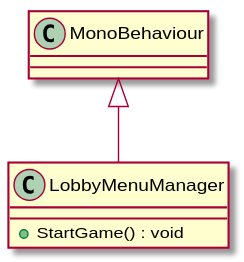
The PlantUML diagram UML/Menus/LobbyMenuManager.svg in David-Denny/COMP3013-Team7, before a commit.
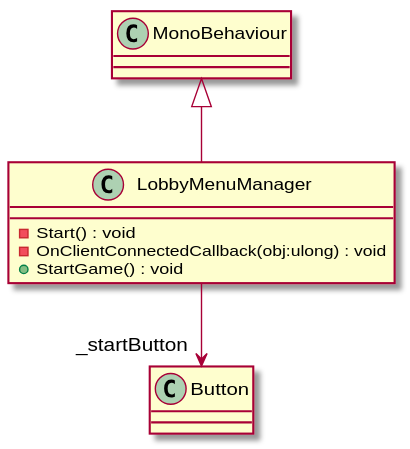
The same diagram one commit later.

What changed in the source:
```diff
@@ -1,6 +1,9 @@
 @startuml
 class LobbyMenuManager {
+    - Start() : void
+    - OnClientConnectedCallback(obj:ulong) : void
     + StartGame() : void
 }
 MonoBehaviour <|-- LobbyMenuManager
+LobbyMenuManager --> "_startButton" Button
 @enduml
```
